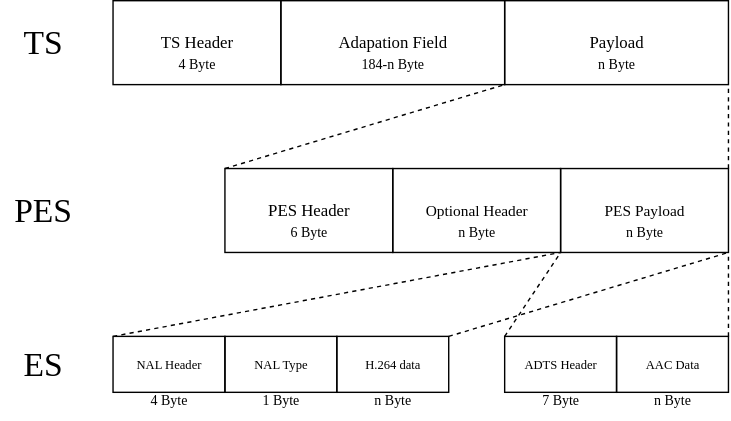
This is 音视频开发/Resources/TS架构.drawio.svg from h13-0/Notebooks, a draw.io export, as it was before one commit. Source tidied: cells renumbered, new cells last; positions are measured from the earlier drawing's top-left corner, leaving out a move shared by most shapes.
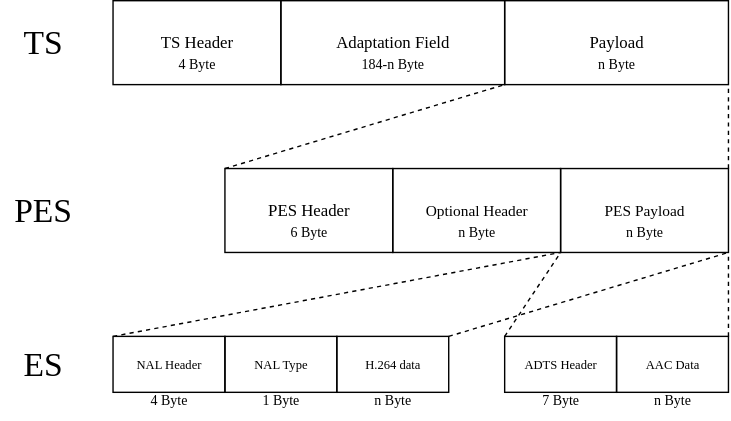
Later version of the same file.

Commit message:
vault backup: 2025-12-09 14:26:26

What changed in the source:
```diff
@@ -5,7 +5,7 @@
     <mxCell id="2" value="TS Header" style="rounded=0;whiteSpace=wrap;html=1;fontFamily=思源等宽;fillColor=none;" parent="1" vertex="1">
       <mxGeometry x="80" width="120" height="60" as="geometry" />
     </mxCell>
-    <mxCell id="3" value="Adapation Field" style="rounded=0;whiteSpace=wrap;html=1;fontFamily=思源等宽;fillColor=none;" parent="1" vertex="1">
+    <mxCell id="3" value="Adaptation Field" style="rounded=0;whiteSpace=wrap;html=1;fontFamily=思源等宽;fillColor=none;" parent="1" vertex="1">
       <mxGeometry x="200" width="160" height="60" as="geometry" />
     </mxCell>
     <mxCell id="4" value="Payload" style="rounded=0;whiteSpace=wrap;html=1;fontFamily=思源等宽;fillColor=none;" parent="1" vertex="1">
```
